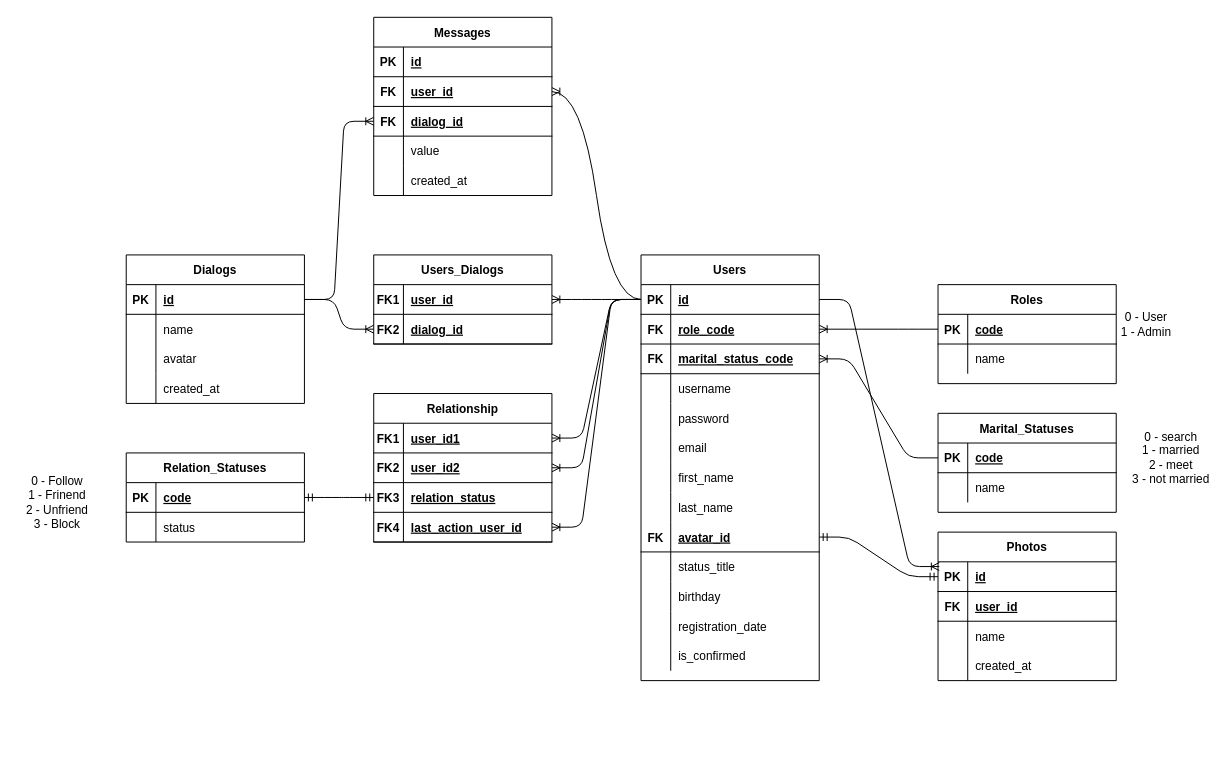
Above: assets/database-schema.drawio in Fladit/besedka-backend (draw.io), before the change. Source tidied: cells renumbered, new cells numbered last; positions are measured from the earlier drawing's top-left corner, leaving out a move shared by most shapes. Both pictures are drawn from the tidied source at 99%, with x=0, y=0 at pixel (17, 17).
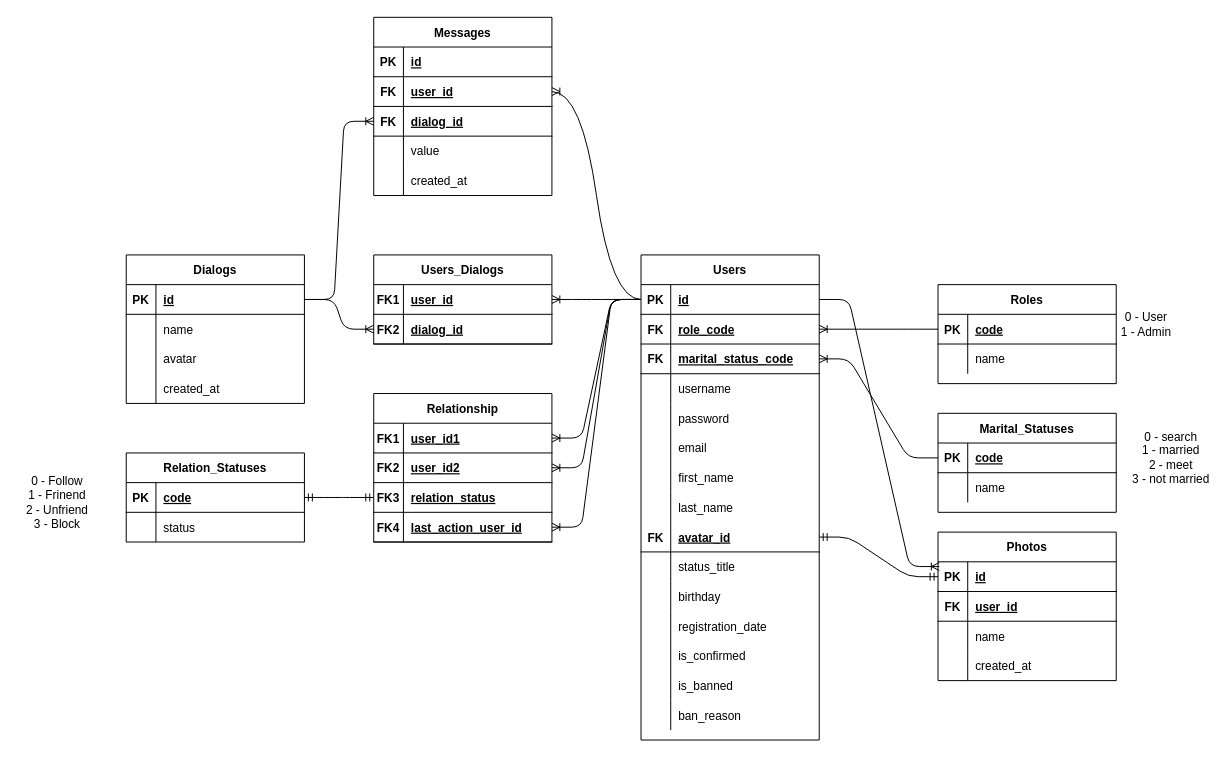
The same diagram, later.

Diff of the diagram source:
```diff
@@
     <mxCell id="2" value="Users" style="shape=table;startSize=30;childLayout=tableLayout;rowLines=0;fontStyle=1;align=center;" parent="1" vertex="1">
-      <mxGeometry x="630" y="240" width="180" height="430" as="geometry" />
+      <mxGeometry x="630" y="240" width="180" height="490" as="geometry" />
     </mxCell>
@@
+    <mxCell id="140" style="shape=partialRectangle;fillColor=none;top=0;left=0;bottom=0;right=0;" parent="2" vertex="1">
+      <mxGeometry y="420" width="180" height="30" as="geometry" />
+    </mxCell>
+    <mxCell id="141" style="shape=partialRectangle;fillColor=none;top=0;left=0;bottom=0;right=0;overflow=hidden;" parent="140" vertex="1">
+      <mxGeometry width="30" height="30" as="geometry" />
+    </mxCell>
+    <mxCell id="142" value="is_banned" style="shape=partialRectangle;fillColor=none;top=0;left=0;bottom=0;right=0;align=left;spacingLeft=6;overflow=hidden;" parent="140" vertex="1">
+      <mxGeometry x="30" width="150" height="30" as="geometry" />
+    </mxCell>
+    <mxCell id="143" style="shape=partialRectangle;fillColor=none;top=0;left=0;bottom=0;right=0;" parent="2" vertex="1">
+      <mxGeometry y="450" width="180" height="30" as="geometry" />
+    </mxCell>
+    <mxCell id="144" style="shape=partialRectangle;fillColor=none;top=0;left=0;bottom=0;right=0;overflow=hidden;" parent="143" vertex="1">
+      <mxGeometry width="30" height="30" as="geometry" />
+    </mxCell>
+    <mxCell id="145" value="ban_reason" style="shape=partialRectangle;fillColor=none;top=0;left=0;bottom=0;right=0;align=left;spacingLeft=6;overflow=hidden;" parent="143" vertex="1">
+      <mxGeometry x="30" width="150" height="30" as="geometry" />
+    </mxCell>
```
